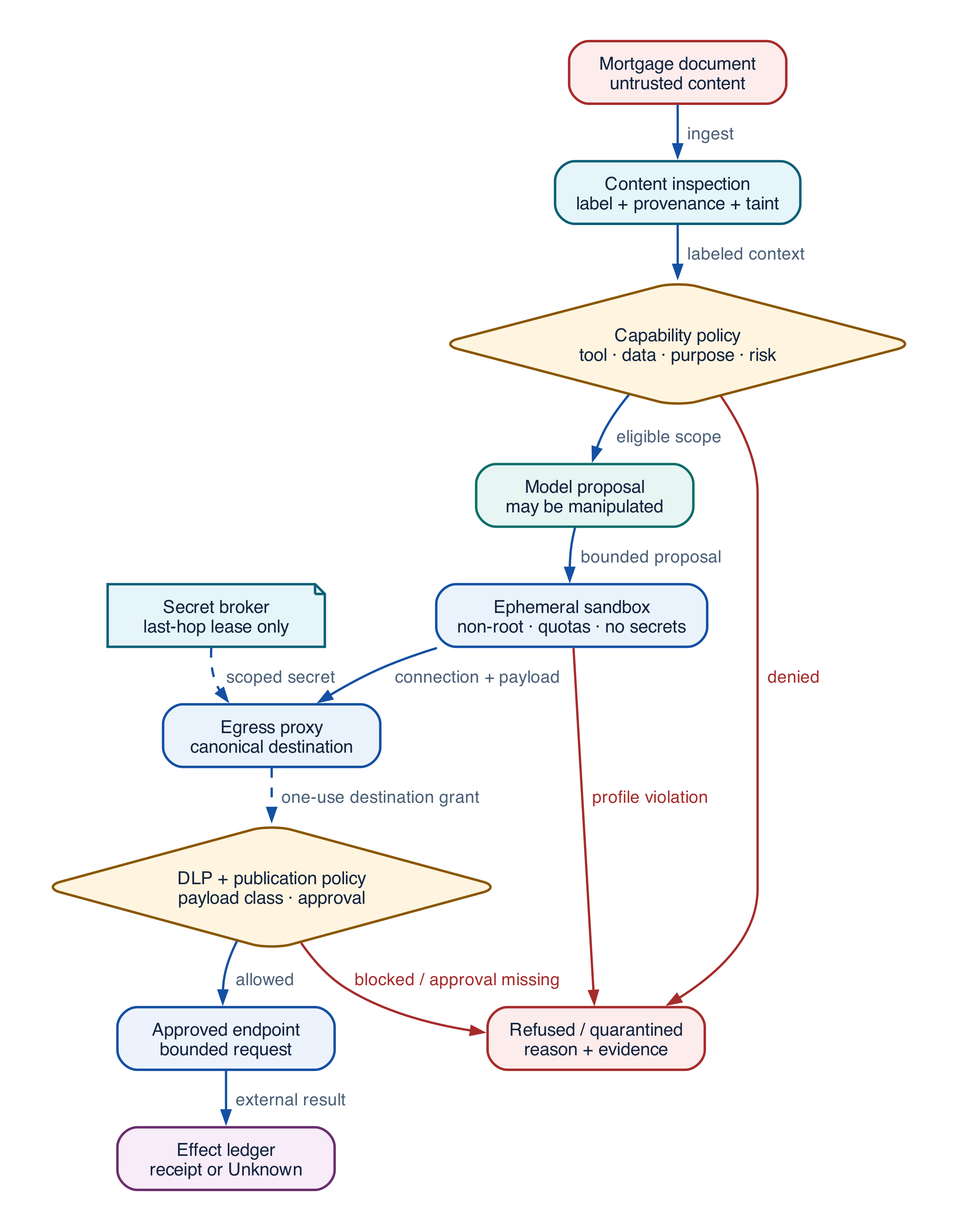
Above: assets/diagrams/sandbox-egress.png in rrahimi-uci/building-enterprise-general-intelligence (Graphviz), before the change. Its source is kept beside it as assets/diagrams/src/sandbox-egress.gv.
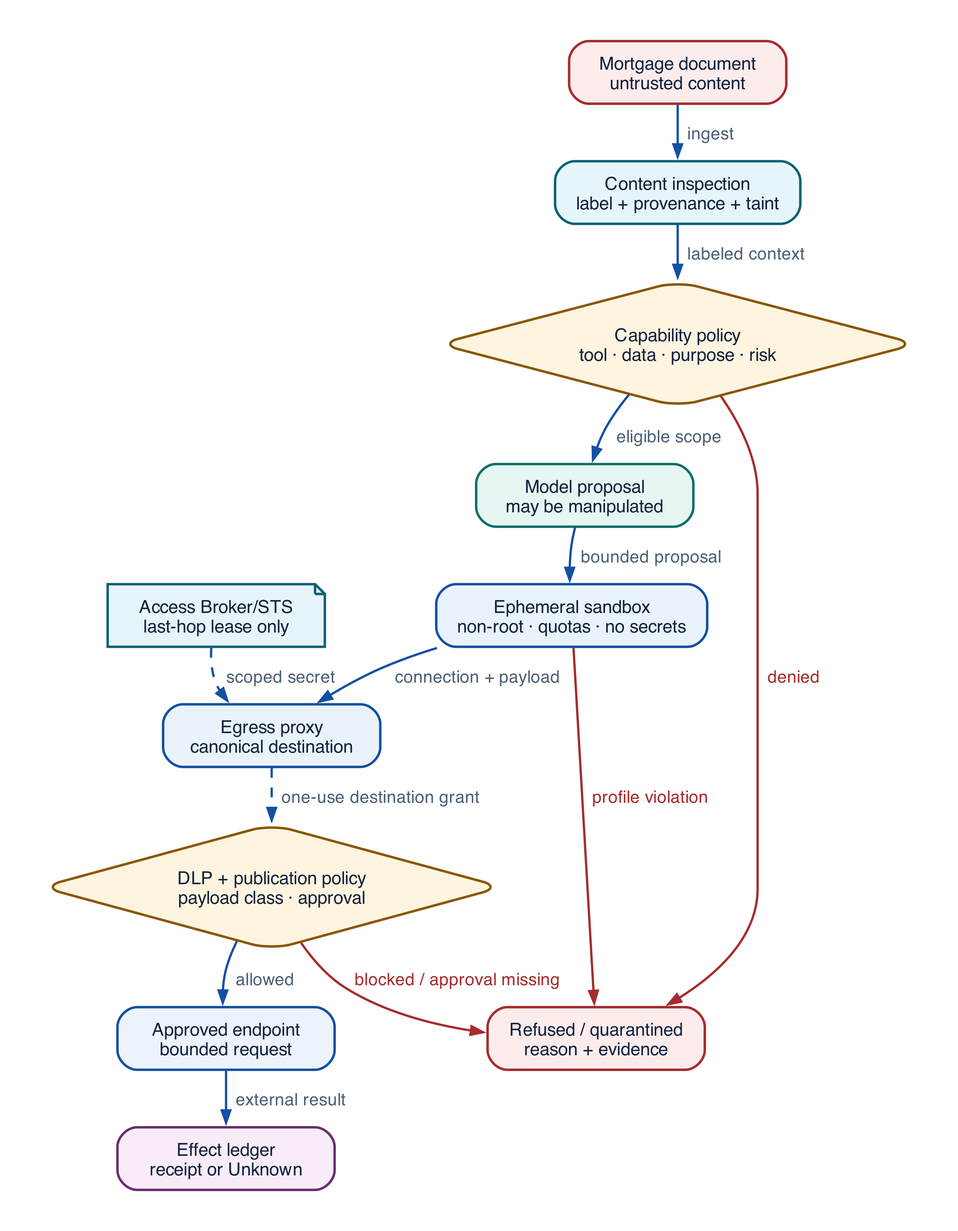
After the change.

Change to the diagram source:
```diff
@@ -12,7 +12,7 @@
   egress [label="Egress proxy\ncanonical destination", fillcolor="#EAF3FB", color="#1450A3"]
   dlp [label="DLP + publication policy\npayload class · approval", shape=diamond,
        fillcolor="#FFF4DF", color="#8A5600", width=2.1]
-  credential [label="Secret broker\nlast-hop lease only", shape=note,
+  credential [label="Access Broker/STS\nlast-hop lease only", shape=note,
               fillcolor="#E6F5F9", color="#0B6076"]
   endpoint [label="Approved endpoint\nbounded request", fillcolor="#EDF3FC", color="#1450A3"]
   effect [label="Effect ledger\nreceipt or Unknown", fillcolor="#F7ECF8", color="#6A2E6E"]
```
